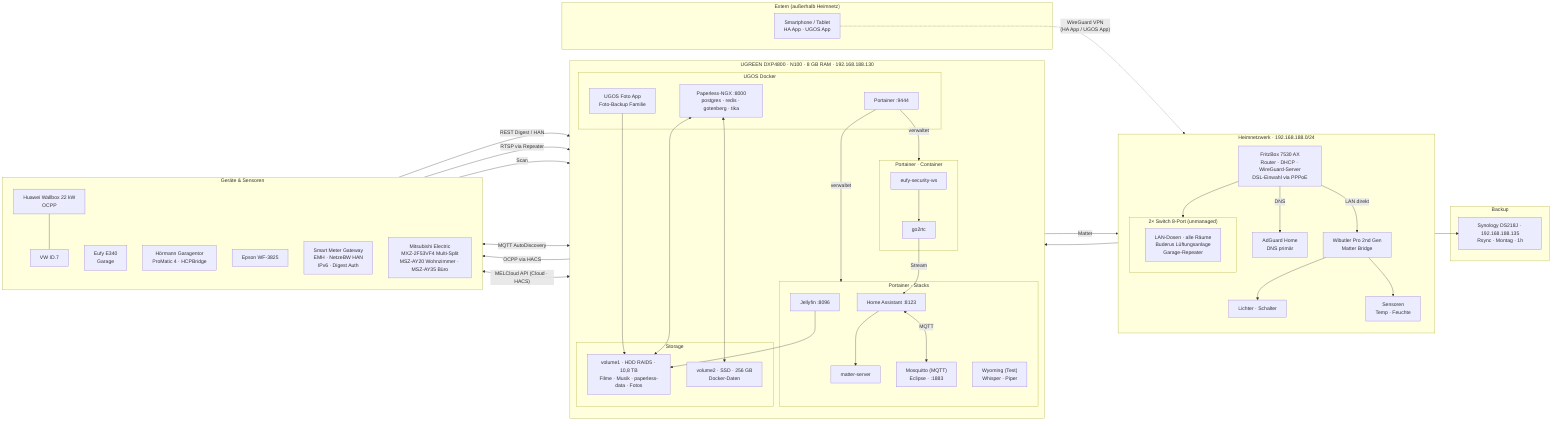
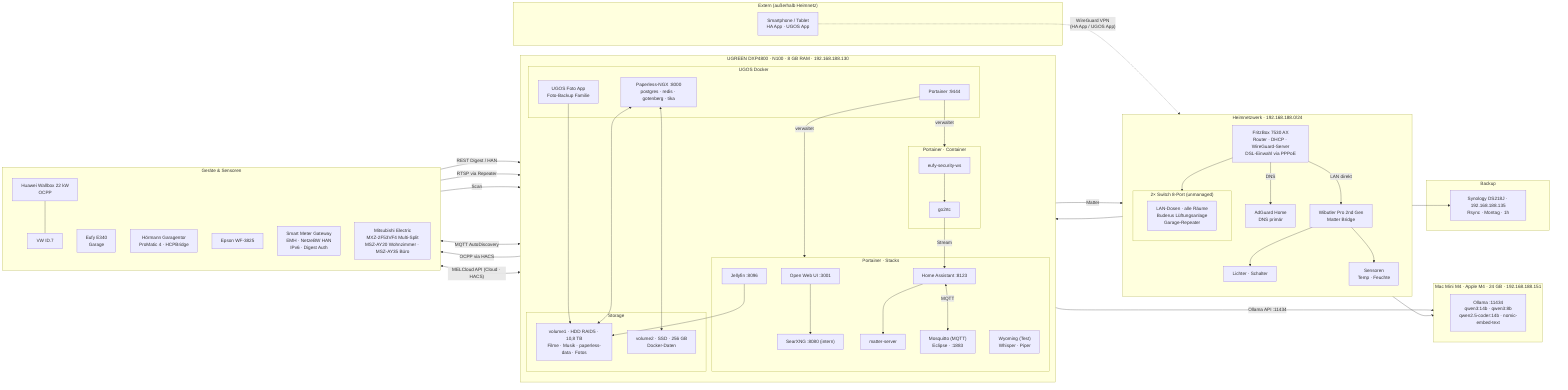
flowchart LR

    subgraph EXTERN["Extern (außerhalb Heimnetz)"]
        PHONE["Smartphone / Tablet\nHA App · UGOS App"]
    end

    subgraph HEIMNETZ["Heimnetzwerk · 192.168.188.0/24"]
        direction TB
        FB["FritzBox 7530 AX\nRouter · DHCP · WireGuard-Server\nDSL-Einwahl via PPPoE"]
        AGH["AdGuard Home\nDNS primär"]
        WB["Wibutler Pro 2nd Gen\nMatter Bridge"]
        LIGHTS["Lichter · Schalter"]
        SENS["Sensoren\nTemp · Feuchte"]
        subgraph SW["2× Switch 8-Port (unmanaged)"]
            SWDEV["LAN-Dosen · alle Räume\nBuderus Lüftungsanlage\nGarage-Repeater"]
        end
    end

    subgraph NAS["UGREEN DXP4800 · N100 · 8 GB RAM · 192.168.188.130"]
        direction TB
        subgraph UGOS["UGOS Docker"]
            PT["Portainer :9444"]
            PL["Paperless-NGX :8000\npostgres · redis · gotenberg · tika"]
            PHOTO["UGOS Foto App\nFoto-Backup Familie"]
        end
        subgraph PSTACK["Portainer · Stacks"]
            HA["Home Assistant :8123"]
            MS["matter-server"]
            JF["Jellyfin :8096"]
            MQ["Mosquitto (MQTT)\nEclipse · :1883"]
            WY["Wyoming (Test)\nWhisper · Piper"]
+             OWU["Open Web UI :3001"]
+             SRX["SearXNG :8080 (intern)"]
        end
        subgraph PCONT["Portainer · Container"]
            EUFY["eufy-security-ws"]
            GO2["go2rtc"]
        end
        subgraph STORE["Storage"]
            V1["volume1 · HDD RAID5 · 10,8 TB\nFilme · Musik · paperless-data · Fotos"]
            V2["volume2 · SSD · 256 GB\nDocker-Daten"]
        end
    end

    subgraph GERAETE["Geräte & Sensoren"]
        direction TB
        WALLBOX["Huawei Wallbox 22 kW\nOCPP"]
        ID7["VW ID.7"]
        CAM["Eufy E340\nGarage"]
        GARAGENTOR["Hörmann Garagentor\nProMatic 4 · HCPBridge"]
        EPSON["Epson WF-3825"]
        SMGW["Smart Meter Gateway\nEMH · NetzeBW HAN\nIPv6 · Digest Auth"]
        KLIMA["Mitsubishi Electric\nMXZ-2F53VF4 Multi-Split\nMSZ-AY20 Wohnzimmer · MSZ-AY35 Büro"]
    end

+     subgraph MACMINI["Mac Mini M4 · Apple M4 · 24 GB · 192.168.188.151"]
+         direction TB
+         OLLAMA["Ollama :11434\nqwen3:14b · qwen3:8b\nqwen2.5-coder:14b · nomic-embed-text"]
+     end
+ 
    subgraph BACKUP["Backup"]
        SYN["Synology DS218J · 192.168.188.135\nRsync · Montag · 1h"]
    end

    %% Extern
    PHONE -. "WireGuard VPN\n(HA App / UGOS App)" .-> FB

    %% Netzwerk-Infrastruktur
    FB -->|DNS| AGH
    FB -->|LAN direkt| WB
    FB --> SW
    SW --> NAS
    SW --> SYN
+     SW --> MACMINI
+ 
+     %% KI-Stack
+     OWU -->|Ollama API :11434| OLLAMA
+     OWU --> SRX

    %% Portainer Management
    PT -->|verwaltet| PSTACK
    PT -->|verwaltet| PCONT

    %% Matter / Wibutler
    HA --> MS
    MS -->|Matter| WB
    WB --> LIGHTS
    WB --> SENS

    %% MQTT
    HA <-->|MQTT| MQ
    MQ <-->|MQTT AutoDiscovery| GARAGENTOR

    %% HA Integrationen → Geräte
    HA -->|OCPP via HACS| WALLBOX
    WALLBOX --- ID7
    HA <-->|"MELCloud API (Cloud · HACS)"| KLIMA
    SMGW -->|REST Digest / HAN| HA

    %% Kamera-Pipeline
    CAM -->|RTSP via Repeater| EUFY
    EUFY --> GO2
    GO2 -->|Stream| HA

    %% Sonstiges
    EPSON -->|Scan| PL

    %% Storage
    PL <--> V1
    PL <--> V2
    JF --> V1
    PHOTO --> V1
